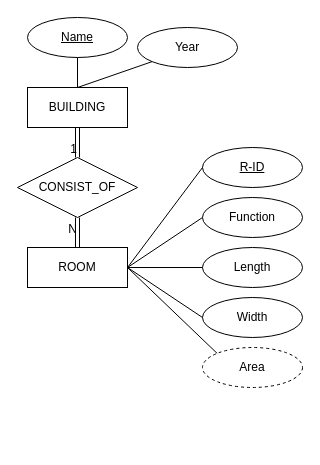
Earlier version of the draw.io diagram laberd2.drawio (quangmnh/drawio). Source tidied: cells renumbered, new cells numbered last; positions are measured from the earlier drawing's top-left corner, leaving out a move shared by most shapes. Both pictures are drawn from the tidied source at 100%, with x=0, y=0 at pixel (17, 17).
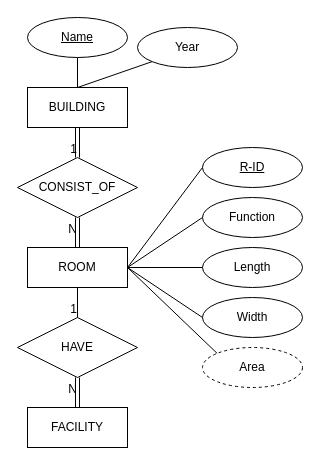
After the change.

Change to the diagram source:
```diff
@@
+    <mxCell id="23" value="FACILITY" style="whiteSpace=wrap;html=1;align=center;" parent="1" vertex="1">
+      <mxGeometry x="10" y="390" width="100" height="40" as="geometry" />
+    </mxCell>
+    <mxCell id="24" value="HAVE" style="shape=rhombus;perimeter=rhombusPerimeter;whiteSpace=wrap;html=1;align=center;" parent="1" vertex="1">
+      <mxGeometry y="300" width="120" height="60" as="geometry" />
+    </mxCell>
+    <mxCell id="25" style="shape=link;html=1;rounded=0;entryX=0.5;entryY=1;entryDx=0;entryDy=0;exitX=0.5;exitY=0;exitDx=0;exitDy=0;" parent="1" edge="1" source="23" target="24">
+      <mxGeometry relative="1" as="geometry" />
+    </mxCell>
+    <mxCell id="26" value="N" style="html=1;align=right;verticalAlign=bottom;" parent="25" vertex="1">
+      <mxGeometry x="1" relative="1" as="geometry">
+        <mxPoint y="20" as="offset" />
+      </mxGeometry>
+    </mxCell>
+    <mxCell id="27" style="endArrow=none;html=1;rounded=0;entryX=0.5;entryY=0;entryDx=0;entryDy=0;" parent="1" edge="1" target="24">
+      <mxGeometry relative="1" as="geometry">
+        <mxPoint x="60" y="270" as="sourcePoint" />
+      </mxGeometry>
+    </mxCell>
+    <mxCell id="28" value="1" style="html=1;align=right;verticalAlign=bottom;" parent="27" vertex="1">
+      <mxGeometry x="1" relative="1" as="geometry" />
+    </mxCell>
```
